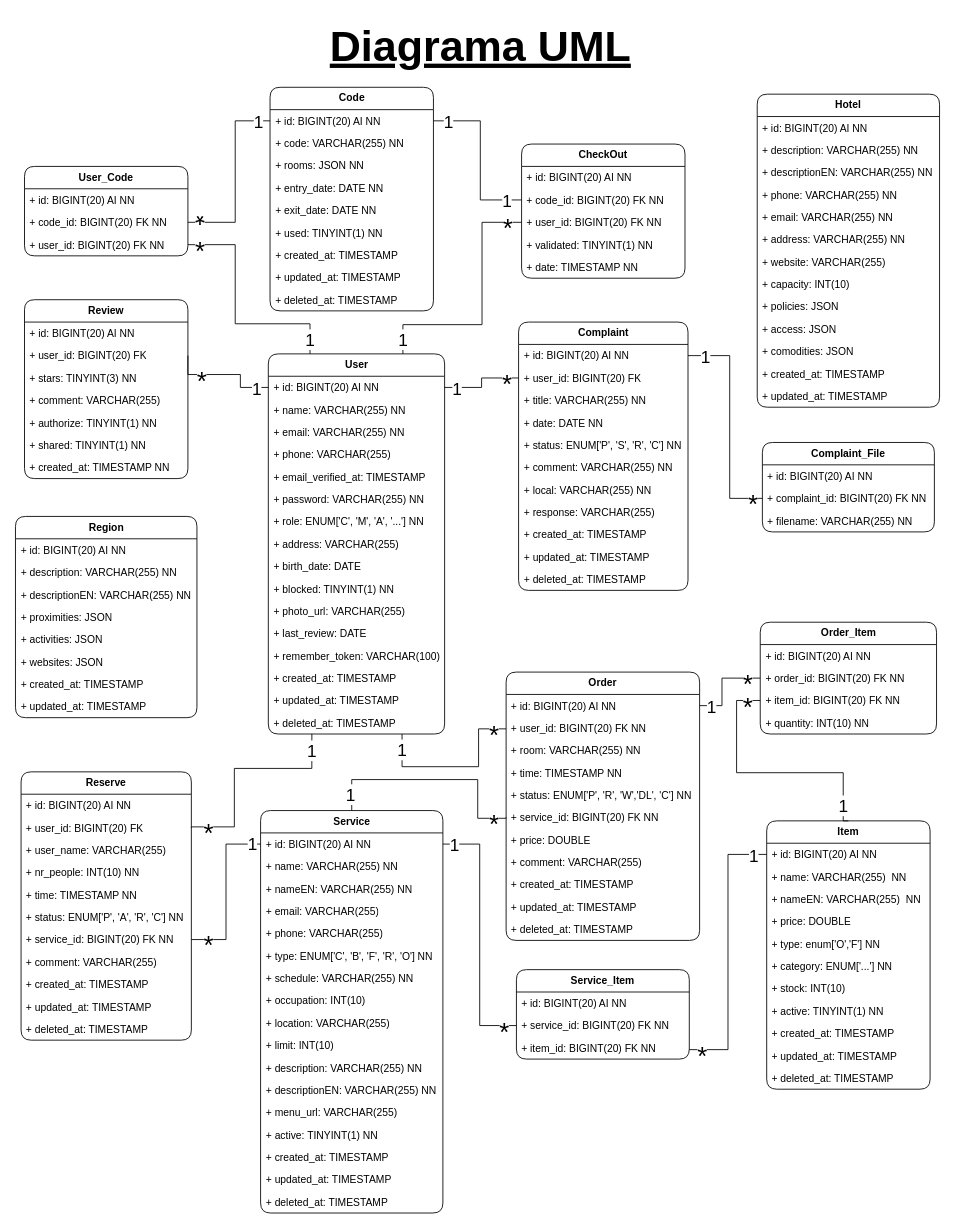
Above: page "Diagrama UML" (1 of 2) of HappyGuest.drawio in Happy-Guest/HG-Notes (draw.io), before the change. Source tidied: cells renumbered, new cells numbered last; positions are measured from the earlier drawing's top-left corner, leaving out a move shared by most shapes. Both pictures are drawn from the tidied source at 86%, with x=0, y=0 at pixel (15, 15).
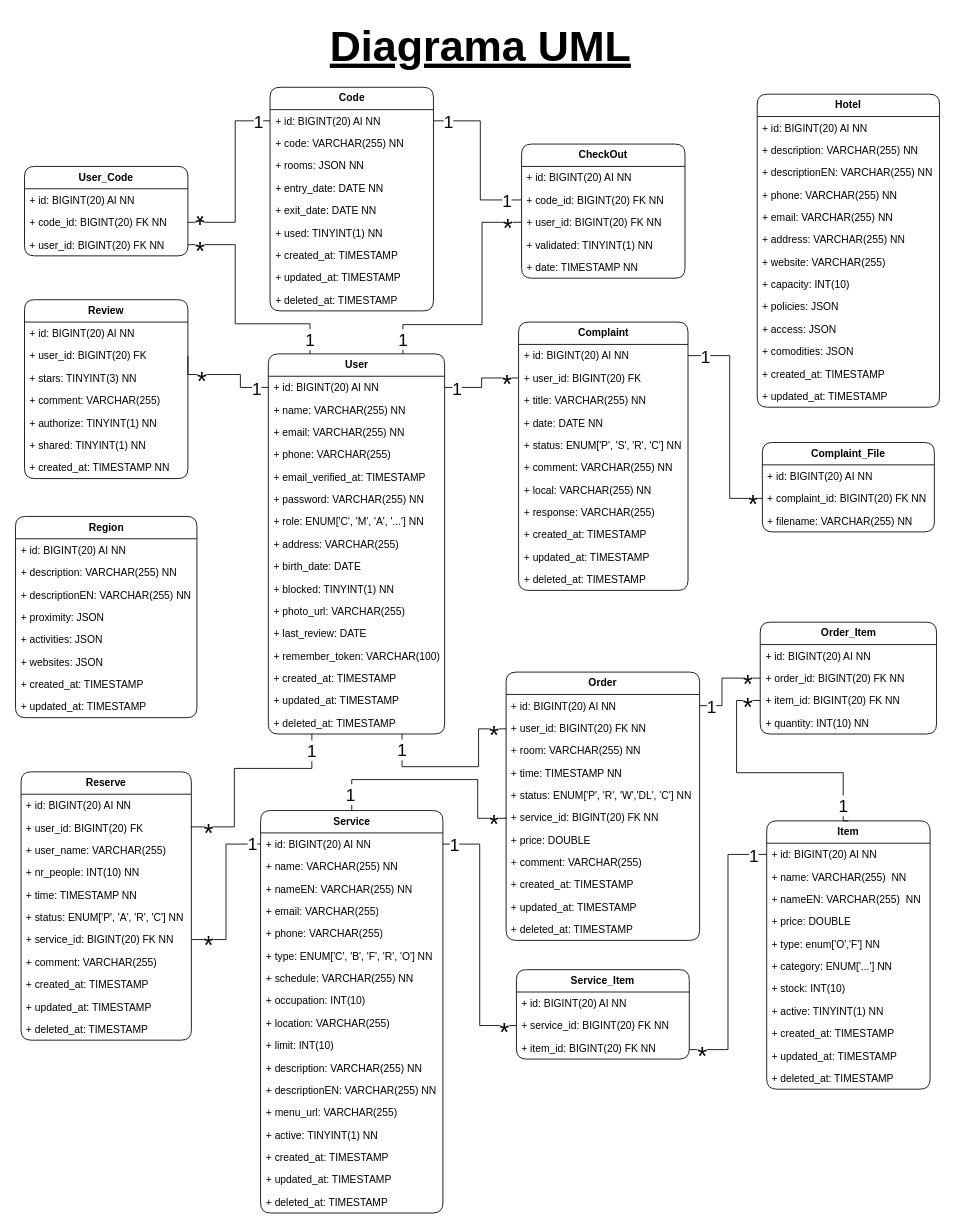
The same page after the edit.

The change refers to these unchanged cells:
```xml
<mxCell id="161" value="&lt;b&gt;Region&lt;br&gt;&lt;/b&gt;" style="swimlane;fontStyle=0;horizontal=1;startSize=26;fillColor=none;whiteSpace=wrap;html=1;perimeterSpacing=0;rounded=1;" parent="1" vertex="1">
  <mxGeometry x="-0.5" y="583" width="211" height="234" as="geometry" />
</mxCell>
```

The edit, as a diff of the source:
```diff
@@
-    <mxCell id="165" value="+ proximities: JSON" style="text;strokeColor=none;fillColor=none;align=left;verticalAlign=top;spacingLeft=4;spacingRight=4;overflow=hidden;whiteSpace=wrap;html=1;" parent="161" vertex="1">
+    <mxCell id="165" value="+ proximity: JSON" style="text;strokeColor=none;fillColor=none;align=left;verticalAlign=top;spacingLeft=4;spacingRight=4;overflow=hidden;whiteSpace=wrap;html=1;" parent="161" vertex="1">
       <mxGeometry y="104" width="211" height="26" as="geometry" />
     </mxCell>
```
